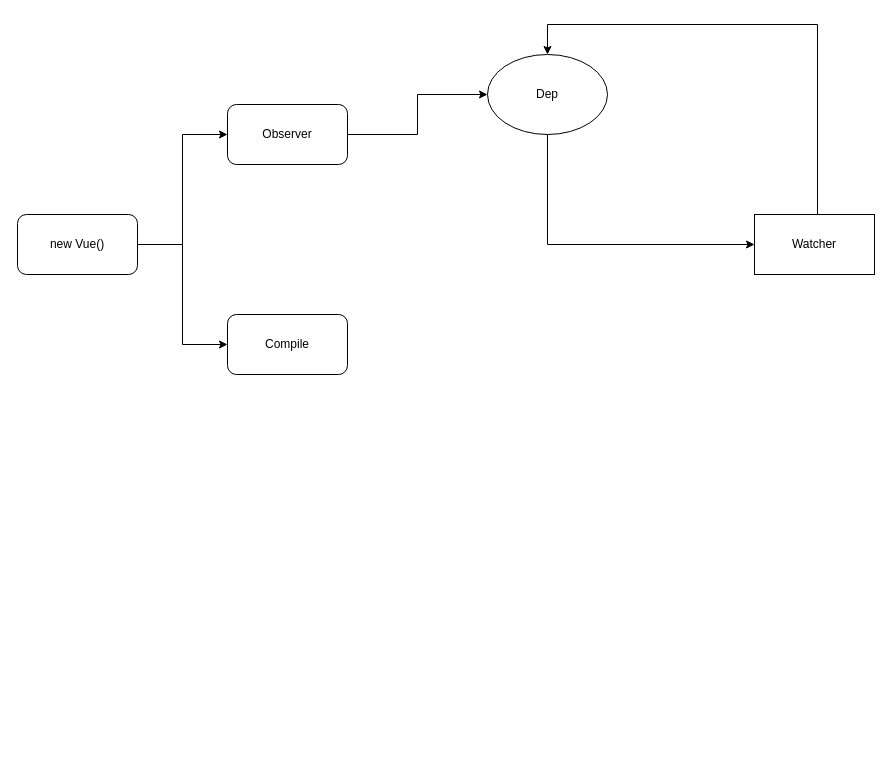
The draw.io diagram source/_posts/面试/Vue-进阶篇/Vue 采用的模式方法.drawio in BLJJ-DBLD/BLJJ-DBLD.github.io, before the edit. Source tidied: cells renumbered, new cells numbered last; positions are measured from the earlier drawing's top-left corner, leaving out a move shared by most shapes. Both pictures are drawn from the tidied source at 100%, with x=0, y=0 at pixel (17, 24).
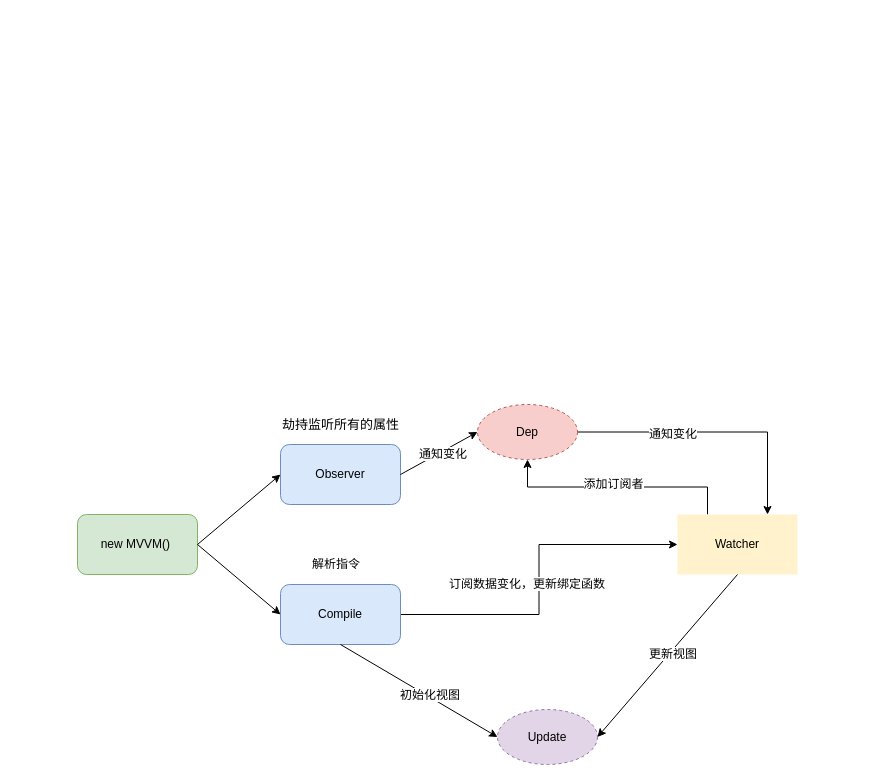
The same diagram, later.

Commit message (it also covers changes not shown here):
[22/1/12] Update the content of the article and update the drawio diagram

Diff of the diagram source:
```diff
@@
-    <mxCell id="2" style="edgeStyle=orthogonalEdgeStyle;rounded=0;jettySize=auto;html=1;entryX=0;entryY=0.5;entryDx=0;entryDy=0;" parent="1" edge="1" source="4" target="6">
-      <mxGeometry relative="1" as="geometry" />
-    </mxCell>
-    <mxCell id="3" style="edgeStyle=orthogonalEdgeStyle;rounded=0;jettySize=auto;html=1;entryX=0;entryY=0.5;entryDx=0;entryDy=0;" parent="1" edge="1" source="4" target="7">
-      <mxGeometry relative="1" as="geometry" />
-    </mxCell>
-    <mxCell id="4" value="new Vue()" style="rounded=1;whiteSpace=wrap;html=1;" parent="1" vertex="1">
-      <mxGeometry y="190" width="120" height="60" as="geometry" />
-    </mxCell>
+    <mxCell id="10" style="edgeStyle=orthogonalEdgeStyle;rounded=0;orthogonalLoop=1;jettySize=auto;html=1;" parent="1" edge="1">
+      <mxGeometry relative="1" as="geometry">
+        <mxPoint x="530" y="30" as="targetPoint" />
+        <Array as="points">
+          <mxPoint x="800" />
+          <mxPoint x="530" />
+        </Array>
+      </mxGeometry>
+    </mxCell>
+    <mxCell id="8" value="new MVVM()&amp;nbsp;" style="rounded=1;whiteSpace=wrap;html=1;fillColor=#d5e8d4;strokeColor=#82b366;" parent="1" vertex="1">
+      <mxGeometry x="60" y="490" width="120" height="60" as="geometry" />
+    </mxCell>
+    <mxCell id="12" style="endArrow=classic;html=1;entryX=0;entryY=0.5;entryDx=0;entryDy=0;" parent="1" edge="1" target="6">
+      <mxGeometry relative="1" as="geometry">
+        <mxPoint x="180" y="520" as="sourcePoint" />
+      </mxGeometry>
+    </mxCell>
+    <mxCell id="6" value="Observer" style="rounded=1;whiteSpace=wrap;html=1;fillColor=#dae8fc;strokeColor=#6c8ebf;" parent="1" vertex="1">
+      <mxGeometry x="263" y="420" width="120" height="60" as="geometry" />
+    </mxCell>
+    <mxCell id="13" value="劫持监听所有的属性" style="text;html=1;align=left;verticalAlign=top;spacingTop=-4;fontSize=13;" parent="1" vertex="1">
+      <mxGeometry x="263" y="390" width="120" height="20" as="geometry" />
+    </mxCell>
-    <mxCell id="5" style="edgeStyle=orthogonalEdgeStyle;rounded=0;jettySize=auto;html=1;entryX=0;entryY=0.5;entryDx=0;entryDy=0;" parent="1" edge="1" source="6" target="9">
+    <mxCell id="5" style="endArrow=classic;html=1;fontSize=13;exitX=1;exitY=0.5;exitDx=0;exitDy=0;entryX=0;entryY=0.5;entryDx=0;entryDy=0;" parent="1" edge="1" source="6" target="9">
       <mxGeometry relative="1" as="geometry" />
     </mxCell>
-    <mxCell id="6" value="Observer" style="rounded=1;whiteSpace=wrap;html=1;" parent="1" vertex="1">
-      <mxGeometry x="210" y="80" width="120" height="60" as="geometry" />
-    </mxCell>
+    <mxCell id="14" style="edgeStyle=orthogonalEdgeStyle;rounded=0;jettySize=auto;html=1;entryX=0.75;entryY=0;entryDx=0;entryDy=0;" parent="1" edge="1" source="9" target="11">
+      <mxGeometry relative="1" as="geometry" />
+    </mxCell>
+    <mxCell id="9" value="Dep" style="ellipse;whiteSpace=wrap;html=1;dashed=1;fillColor=#f8cecc;strokeColor=#b85450;" parent="1" vertex="1">
+      <mxGeometry x="460" y="380" width="100" height="55" as="geometry" />
+    </mxCell>
+    <mxCell id="15" value="通知变化" style="text;html=1;align=left;verticalAlign=top;spacingTop=-4;labelBackgroundColor=#ffffff;" parent="1" vertex="1">
+      <mxGeometry x="400" y="420" width="60" height="20" as="geometry" />
+    </mxCell>
+    <mxCell id="16" style="edgeStyle=orthogonalEdgeStyle;rounded=0;jettySize=auto;html=1;entryX=0.5;entryY=1;entryDx=0;entryDy=0;exitX=0.25;exitY=0;exitDx=0;exitDy=0;" parent="1" edge="1" source="11" target="9">
+      <mxGeometry relative="1" as="geometry" />
+    </mxCell>
+    <mxCell id="17" value="添加订阅者" style="text;html=1;align=center;verticalAlign=middle;labelBackgroundColor=#ffffff;" parent="16" vertex="1">
+      <mxGeometry x="0.02" relative="1" as="geometry">
+        <mxPoint x="-2" y="-3" as="offset" />
+      </mxGeometry>
+    </mxCell>
+    <mxCell id="11" value="Watcher" style="rounded=0;whiteSpace=wrap;html=1;labelBackgroundColor=none;fillColor=#fff2cc;strokeColor=none;" parent="1" vertex="1">
+      <mxGeometry x="660" y="490" width="120" height="60" as="geometry" />
+    </mxCell>
+    <mxCell id="18" value="通知变化" style="text;html=1;align=left;verticalAlign=top;spacingTop=-4;labelBackgroundColor=#ffffff;" parent="1" vertex="1">
+      <mxGeometry x="630" y="400" width="60" height="20" as="geometry" />
+    </mxCell>
+    <mxCell id="19" style="edgeStyle=orthogonalEdgeStyle;rounded=0;jettySize=auto;html=1;entryX=0;entryY=0.5;entryDx=0;entryDy=0;" parent="1" edge="1" source="7" target="11">
+      <mxGeometry relative="1" as="geometry" />
+    </mxCell>
-    <mxCell id="7" value="Compile" style="rounded=1;whiteSpace=wrap;html=1;" parent="1" vertex="1">
-      <mxGeometry x="210" y="290" width="120" height="60" as="geometry" />
+    <mxCell id="7" value="Compile" style="rounded=1;whiteSpace=wrap;html=1;labelBackgroundColor=none;fillColor=#dae8fc;strokeColor=#6c8ebf;" parent="1" vertex="1">
+      <mxGeometry x="263" y="560" width="120" height="60" as="geometry" />
     </mxCell>
-    <mxCell id="8" style="edgeStyle=orthogonalEdgeStyle;rounded=0;jettySize=auto;html=1;entryX=0;entryY=0.5;entryDx=0;entryDy=0;" parent="1" edge="1" source="9" target="11">
-      <mxGeometry relative="1" as="geometry">
-        <Array as="points">
-          <mxPoint x="530" y="220" />
-        </Array>
-      </mxGeometry>
-    </mxCell>
-    <mxCell id="9" value="Dep" style="ellipse;whiteSpace=wrap;html=1;" parent="1" vertex="1">
-      <mxGeometry x="470" y="30" width="120" height="80" as="geometry" />
-    </mxCell>
-    <mxCell id="10" style="edgeStyle=orthogonalEdgeStyle;rounded=0;jettySize=auto;html=1;" parent="1" edge="1" source="11" target="9">
-      <mxGeometry relative="1" as="geometry">
-        <Array as="points">
-          <mxPoint x="800" />
-          <mxPoint x="530" />
-        </Array>
-      </mxGeometry>
-    </mxCell>
-    <mxCell id="11" value="Watcher" style="rounded=0;whiteSpace=wrap;html=1;" parent="1" vertex="1">
-      <mxGeometry x="737" y="190" width="120" height="60" as="geometry" />
-    </mxCell>
+    <mxCell id="20" style="endArrow=classic;html=1;exitX=1;exitY=0.5;exitDx=0;exitDy=0;entryX=0;entryY=0.5;entryDx=0;entryDy=0;" parent="1" edge="1" source="8" target="7">
+      <mxGeometry relative="1" as="geometry" />
+    </mxCell>
+    <mxCell id="21" value="解析指令" style="text;html=1;align=left;verticalAlign=top;spacingTop=-4;" parent="1" vertex="1">
+      <mxGeometry x="293" y="530" width="60" height="20" as="geometry" />
+    </mxCell>
+    <mxCell id="22" value="订阅数据变化，更新绑定函数" style="text;html=1;align=left;verticalAlign=top;spacingTop=-4;labelBackgroundColor=#ffffff;" parent="1" vertex="1">
+      <mxGeometry x="430" y="550" width="170" height="20" as="geometry" />
+    </mxCell>
+    <mxCell id="23" value="Update" style="ellipse;whiteSpace=wrap;html=1;labelBackgroundColor=none;fillColor=#e1d5e7;strokeColor=#9673a6;dashed=1;" parent="1" vertex="1">
+      <mxGeometry x="480" y="685" width="100" height="55" as="geometry" />
+    </mxCell>
+    <mxCell id="24" style="endArrow=classic;html=1;exitX=0.5;exitY=1;exitDx=0;exitDy=0;entryX=0;entryY=0.5;entryDx=0;entryDy=0;" parent="1" edge="1" source="7" target="23">
+      <mxGeometry relative="1" as="geometry" />
+    </mxCell>
+    <mxCell id="25" value="初始化视图" style="text;html=1;align=left;verticalAlign=top;spacingTop=-4;labelBackgroundColor=#ffffff;" parent="1" vertex="1">
+      <mxGeometry x="381" y="661" width="80" height="20" as="geometry" />
+    </mxCell>
+    <mxCell id="26" style="endArrow=classic;html=1;exitX=0.5;exitY=1;exitDx=0;exitDy=0;entryX=1;entryY=0.5;entryDx=0;entryDy=0;" parent="1" edge="1" source="11" target="23">
+      <mxGeometry relative="1" as="geometry" />
+    </mxCell>
+    <mxCell id="27" value="更新视图" style="text;html=1;align=left;verticalAlign=top;spacingTop=-4;labelBackgroundColor=#ffffff;" parent="1" vertex="1">
+      <mxGeometry x="630" y="620" width="60" height="20" as="geometry" />
+    </mxCell>
```
